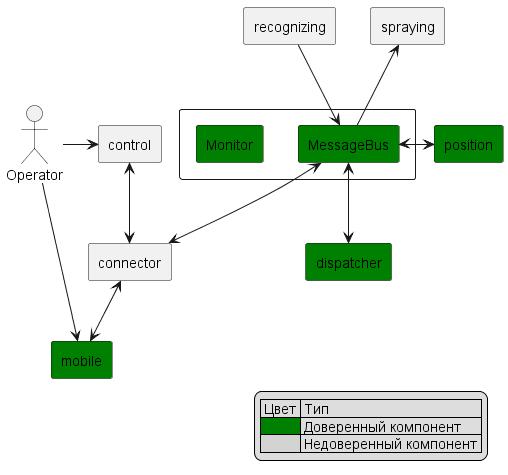
The PlantUML diagram pics/dfd_stepan_trusted.png in sergey-sobolev/cyberimmune-systems-case-study-drone, before a commit. The source it was exported from:
```plantuml
@startuml

legend right
    | Цвет | Тип |
    | <#green> | Доверенный компонент |
    |<#lightgray>| Недоверенный компонент |
endlegend

rectangle "control" as control
rectangle #green "mobile" as mobile
rectangle "connector" as connector
rectangle #green "dispatcher" as dispatcher
rectangle "recognizing" as recognizing
rectangle "spraying" as spraying
rectangle #green "position" as position
rectangle {
	rectangle #green "Monitor" as monitor
	rectangle #green "MessageBus" as kafka
}
:Operator:

:Operator: -> mobile
:Operator: -> control
mobile <-up-> connector
control <-down-> connector
connector <-up-> kafka
recognizing -down-> kafka
kafka <-down-> dispatcher
spraying <-down- kafka
position <-> kafka

@enduml
```
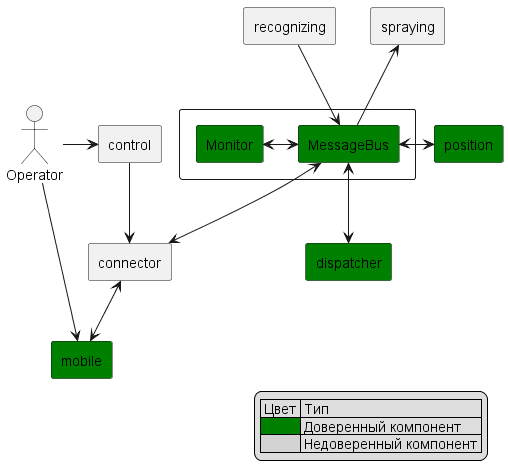
The same file after the commit.

The edit, as a diff of the source:
```diff
@@ -22,11 +22,12 @@
 :Operator: -> mobile
 :Operator: -> control
 mobile <-up-> connector
-control <-down-> connector
+control -down-> connector
 connector <-up-> kafka
 recognizing -down-> kafka
 kafka <-down-> dispatcher
 spraying <-down- kafka
 position <-> kafka
+monitor <-> kafka
 
 @enduml
```
